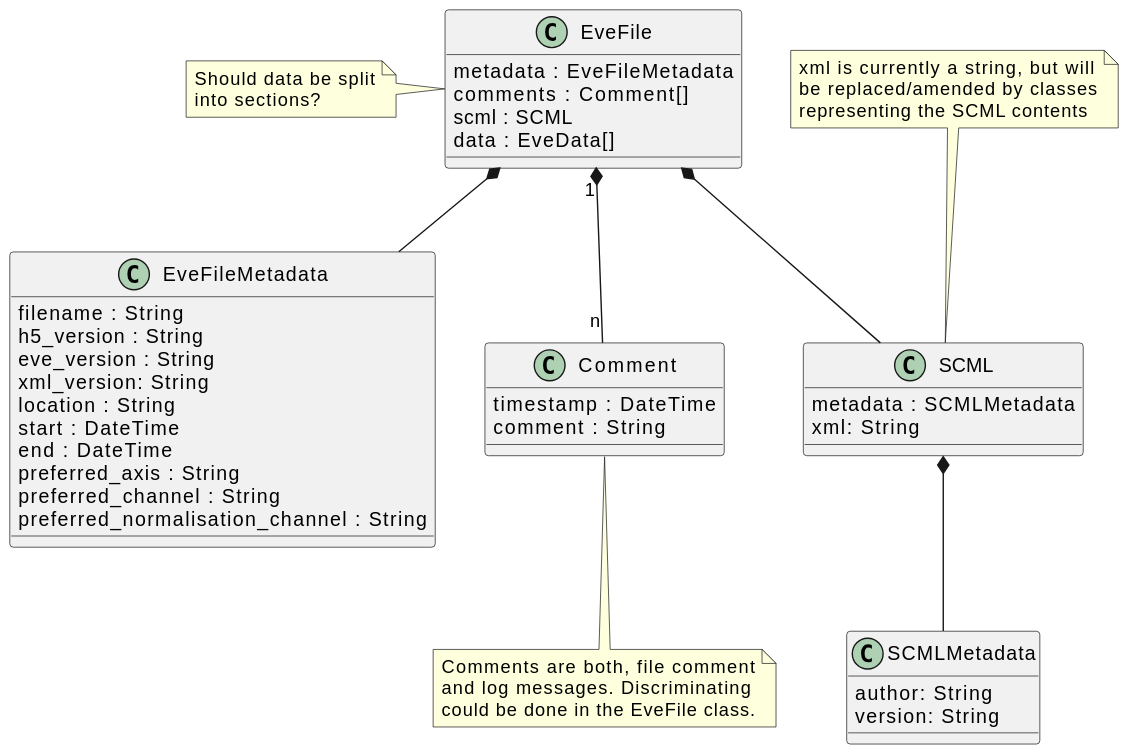
The PlantUML diagram docs/uml/evedata.evefile.evefile.svg in tillbiskup/evedata, before a commit.
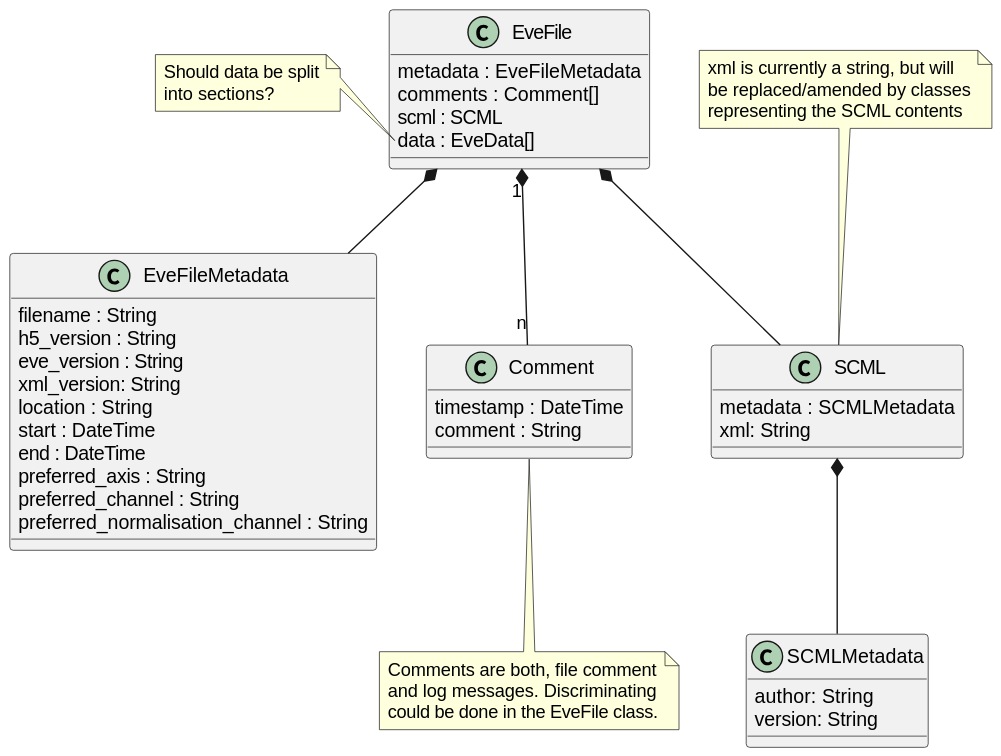
After the change.

Commit message:
Update UML diagrams

What changed in the source:
```diff
@@ -5,7 +5,10 @@
     scml : SCML
     data : EveData[]
 }
-note left: Should data be split\ninto sections?
+note left of EveFile::data
+    Should data be split
+    into sections?
+end note
 
 class EveFileMetadata{
     filename : String
```
